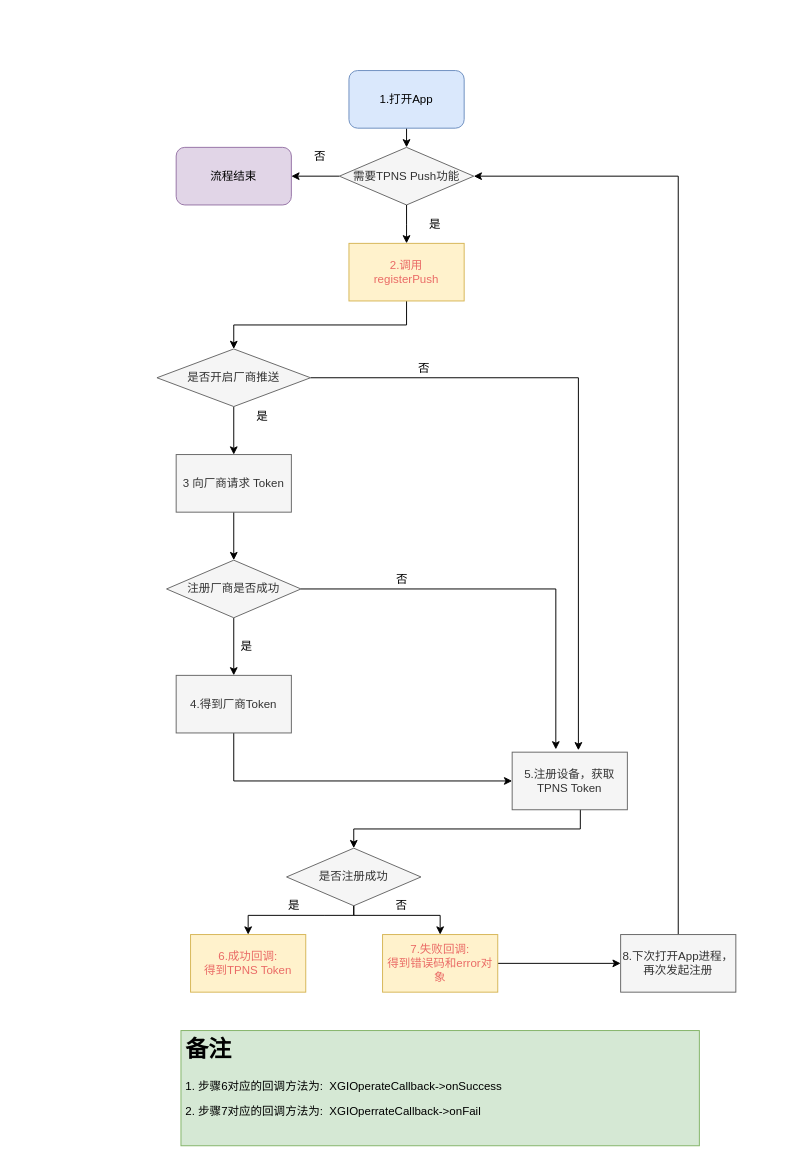
The draw.io diagram register_android.drawio in muyanbiao/tpnsFlowChart, before the edit. Source tidied: cells renumbered, new cells numbered last; positions are measured from the earlier drawing's top-left corner, leaving out a move shared by most shapes. Both pictures are drawn from the tidied source at 96%, with x=0, y=0 at pixel (156, 70).
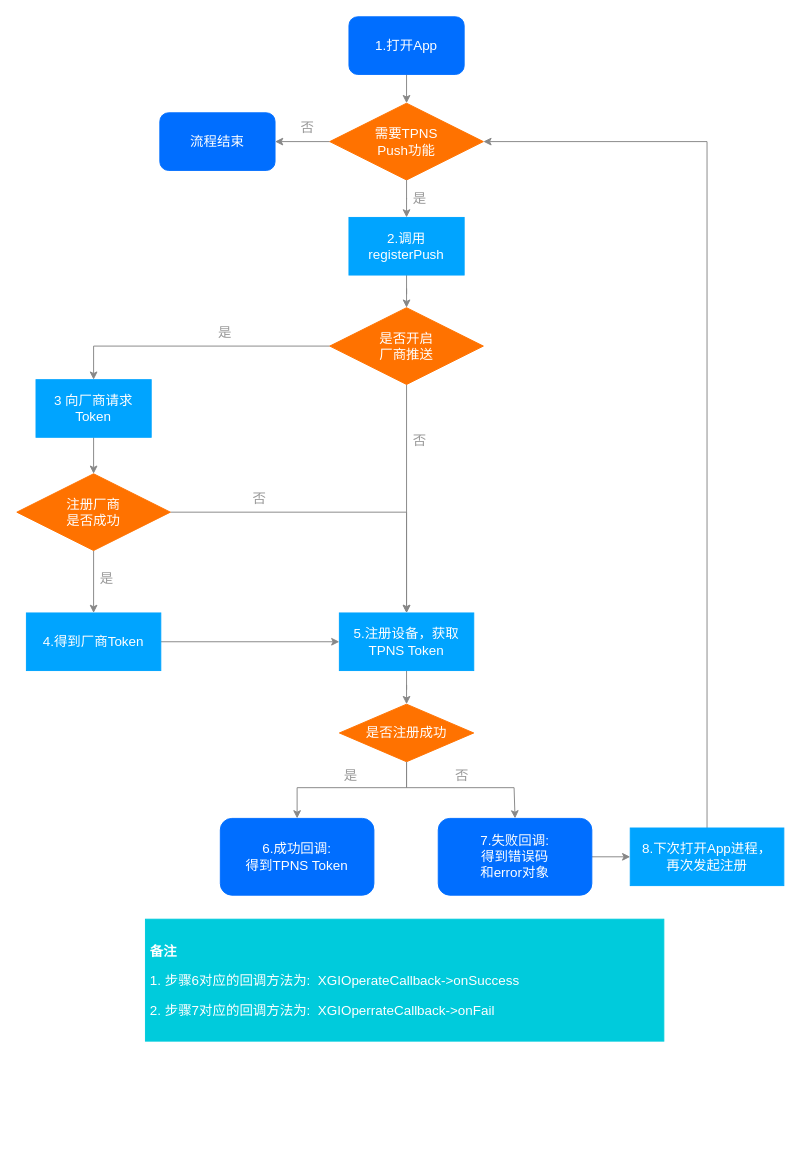
The same page after the edit.

Change to the diagram source:
```diff
@@
-    <mxCell id="2" style="endArrow=classic;html=1;exitX=0.5;exitY=1;exitDx=0;exitDy=0;entryX=0.5;entryY=0;entryDx=0;entryDy=0;" parent="1" edge="1" source="3">
-      <mxGeometry relative="1" as="geometry">
-        <mxPoint x="260" y="80" as="targetPoint" />
-      </mxGeometry>
+    <mxCell id="2" style="endArrow=classic;html=1;exitX=0.5;exitY=1;exitDx=0;exitDy=0;entryX=0.5;entryY=0;entryDx=0;entryDy=0;fontSize=14;strokeColor=#878787;" parent="1" edge="1" source="3" target="8">
+      <mxGeometry relative="1" as="geometry" />
     </mxCell>
-    <mxCell id="3" value="&lt;font face=&quot;helvetica&quot;&gt;1.打开App&lt;/font&gt;" style="rounded=1;whiteSpace=wrap;html=1;fillColor=#dae8fc;strokeColor=#6c8ebf;" parent="1" vertex="1">
-      <mxGeometry x="200" width="120" height="60" as="geometry" />
+    <mxCell id="3" value="&lt;font face=&quot;helvetica&quot; style=&quot;font-size: 14px;&quot;&gt;1.打开App&lt;/font&gt;" style="rounded=1;whiteSpace=wrap;html=1;fillColor=#006EFF;strokeColor=#006EFF;fontSize=14;fontColor=#FFFFFF;" parent="1" vertex="1">
+      <mxGeometry x="200" y="-56" width="120" height="60" as="geometry" />
     </mxCell>
-    <mxCell id="4" style="edgeStyle=orthogonalEdgeStyle;rounded=0;jettySize=auto;html=1;exitX=0.5;exitY=1;exitDx=0;exitDy=0;entryX=0.5;entryY=0;entryDx=0;entryDy=0;" parent="1" edge="1" source="5" target="12">
+    <mxCell id="4" style="edgeStyle=orthogonalEdgeStyle;rounded=0;jettySize=auto;html=1;strokeColor=#878787;fontSize=14;fontColor=#FFFFFF;" parent="1" edge="1" source="5" target="12">
       <mxGeometry relative="1" as="geometry" />
     </mxCell>
-    <mxCell id="5" value="&lt;font face=&quot;helvetica&quot;&gt;&lt;font color=&quot;#ea6b66&quot;&gt;2.调用&lt;br&gt;registerPush&lt;/font&gt;&lt;br&gt;&lt;/font&gt;" style="rounded=0;whiteSpace=wrap;html=1;fillColor=#fff2cc;strokeColor=#d6b656;" parent="1" vertex="1">
-      <mxGeometry x="200" y="180" width="120" height="60" as="geometry" />
+    <mxCell id="5" value="&lt;font face=&quot;helvetica&quot; style=&quot;font-size: 14px;&quot;&gt;&lt;font style=&quot;font-size: 14px;&quot;&gt;2.调用&lt;br style=&quot;font-size: 14px;&quot;&gt;registerPush&lt;/font&gt;&lt;br style=&quot;font-size: 14px;&quot;&gt;&lt;/font&gt;" style="rounded=0;whiteSpace=wrap;html=1;fontSize=14;fillColor=#00A4FF;strokeColor=#00A4FF;fontColor=#FFFFFF;" parent="1" vertex="1">
+      <mxGeometry x="200" y="153" width="120" height="60" as="geometry" />
     </mxCell>
-    <mxCell id="6" value="是" style="text;html=1;strokeColor=none;fillColor=none;align=center;verticalAlign=middle;whiteSpace=wrap;rounded=0;" parent="1" vertex="1">
-      <mxGeometry x="270" y="150" width="40" height="20" as="geometry" />
+    <mxCell id="6" value="是" style="text;html=1;strokeColor=none;fillColor=none;align=center;verticalAlign=middle;whiteSpace=wrap;rounded=0;fontSize=14;fontColor=#999999;" parent="1" vertex="1">
+      <mxGeometry x="262" y="121" width="24" height="24" as="geometry" />
     </mxCell>
-    <mxCell id="7" style="edgeStyle=orthogonalEdgeStyle;rounded=0;jettySize=auto;html=1;exitX=0;exitY=0.5;exitDx=0;exitDy=0;entryX=1;entryY=0.5;entryDx=0;entryDy=0;" parent="1" edge="1" source="8" target="24">
+    <mxCell id="7" style="edgeStyle=orthogonalEdgeStyle;rounded=0;jettySize=auto;html=1;exitX=0;exitY=0.5;exitDx=0;exitDy=0;entryX=1;entryY=0.5;entryDx=0;entryDy=0;fontSize=14;strokeColor=#878787;" parent="1" edge="1" source="8" target="24">
       <mxGeometry relative="1" as="geometry" />
     </mxCell>
-    <mxCell id="8" value="需要TPNS Push功能" style="rhombus;whiteSpace=wrap;html=1;fillColor=#f5f5f5;strokeColor=#666666;fontColor=#333333;" parent="1" vertex="1">
-      <mxGeometry x="190" y="80" width="140" height="60" as="geometry" />
+    <mxCell id="8" value="需要TPNS&lt;br&gt;Push功能" style="rhombus;whiteSpace=wrap;html=1;fontSize=14;fillColor=#FF7200;strokeColor=#FF7200;fontColor=#FFFFFF;" parent="1" vertex="1">
+      <mxGeometry x="180" y="34" width="160" height="80" as="geometry" />
     </mxCell>
-    <mxCell id="9" style="edgeStyle=orthogonalEdgeStyle;rounded=0;jettySize=auto;html=1;exitX=0.5;exitY=1;exitDx=0;exitDy=0;" parent="1" edge="1" source="8">
-      <mxGeometry relative="1" as="geometry">
-        <mxPoint x="260" y="180" as="targetPoint" />
-      </mxGeometry>
+    <mxCell id="9" style="edgeStyle=orthogonalEdgeStyle;rounded=0;jettySize=auto;html=1;exitX=0.5;exitY=1;exitDx=0;exitDy=0;fontSize=14;strokeColor=#878787;" parent="1" edge="1" source="8" target="5">
+      <mxGeometry relative="1" as="geometry" />
     </mxCell>
-    <mxCell id="10" style="edgeStyle=orthogonalEdgeStyle;rounded=0;jettySize=auto;html=1;entryX=0.5;entryY=0;entryDx=0;entryDy=0;" parent="1" edge="1" source="12" target="15">
+    <mxCell id="10" style="edgeStyle=orthogonalEdgeStyle;rounded=0;jettySize=auto;html=1;entryX=0.5;entryY=0;entryDx=0;entryDy=0;fontSize=14;strokeColor=#878787;" parent="1" edge="1" source="12" target="15">
       <mxGeometry relative="1" as="geometry" />
     </mxCell>
-    <mxCell id="11" style="edgeStyle=orthogonalEdgeStyle;rounded=0;jettySize=auto;html=1;exitX=1;exitY=0.5;exitDx=0;exitDy=0;entryX=0.575;entryY=-0.033;entryDx=0;entryDy=0;entryPerimeter=0;" parent="1" edge="1" source="12" target="36">
+    <mxCell id="11" style="edgeStyle=orthogonalEdgeStyle;rounded=0;jettySize=auto;html=1;strokeColor=#878787;fontSize=14;fontColor=#FFFFFF;" parent="1" edge="1" source="12" target="36">
       <mxGeometry relative="1" as="geometry" />
     </mxCell>
-    <mxCell id="12" value="是否开启厂商推送" style="rhombus;whiteSpace=wrap;html=1;fillColor=#f5f5f5;strokeColor=#666666;fontColor=#333333;" parent="1" vertex="1">
-      <mxGeometry y="290" width="160" height="60" as="geometry" />
+    <mxCell id="12" value="是否开启&lt;br&gt;厂商推送" style="rhombus;whiteSpace=wrap;html=1;fontSize=14;fillColor=#FF7200;strokeColor=#FF7200;fontColor=#FFFFFF;" parent="1" vertex="1">
+      <mxGeometry x="180" y="247" width="160" height="80" as="geometry" />
     </mxCell>
-    <mxCell id="13" value="是" style="text;html=1;strokeColor=none;fillColor=none;align=center;verticalAlign=middle;whiteSpace=wrap;rounded=0;" parent="1" vertex="1">
-      <mxGeometry x="90" y="350" width="40" height="20" as="geometry" />
+    <mxCell id="13" value="是" style="text;html=1;strokeColor=none;fillColor=none;align=center;verticalAlign=middle;whiteSpace=wrap;rounded=0;fontSize=14;fontColor=#999999;" parent="1" vertex="1">
+      <mxGeometry x="59" y="261" width="24" height="24" as="geometry" />
     </mxCell>
-    <mxCell id="14" style="edgeStyle=orthogonalEdgeStyle;rounded=0;jettySize=auto;html=1;exitX=0.5;exitY=1;exitDx=0;exitDy=0;entryX=0.5;entryY=0;entryDx=0;entryDy=0;" parent="1" edge="1" source="15" target="31">
+    <mxCell id="14" style="edgeStyle=orthogonalEdgeStyle;rounded=0;jettySize=auto;html=1;exitX=0.5;exitY=1;exitDx=0;exitDy=0;entryX=0.5;entryY=0;entryDx=0;entryDy=0;fontSize=14;strokeColor=#878787;" parent="1" edge="1" source="15" target="31">
       <mxGeometry relative="1" as="geometry" />
     </mxCell>
-    <mxCell id="15" value="3 向厂商请求 Token" style="rounded=0;whiteSpace=wrap;html=1;fillColor=#f5f5f5;strokeColor=#666666;fontColor=#333333;" parent="1" vertex="1">
-      <mxGeometry x="20" y="400" width="120" height="60" as="geometry" />
+    <mxCell id="15" value="3 向厂商请求 Token" style="rounded=0;whiteSpace=wrap;html=1;fontSize=14;fillColor=#00A4FF;strokeColor=#00A4FF;fontColor=#FFFFFF;" parent="1" vertex="1">
+      <mxGeometry x="-126" y="322" width="120" height="60" as="geometry" />
     </mxCell>
-    <mxCell id="16" style="edgeStyle=orthogonalEdgeStyle;rounded=0;jettySize=auto;html=1;exitX=0.592;exitY=0.983;exitDx=0;exitDy=0;entryX=0.5;entryY=0;entryDx=0;entryDy=0;exitPerimeter=0;" parent="1" edge="1" source="36" target="18">
-      <mxGeometry relative="1" as="geometry" />
-    </mxCell>
-    <mxCell id="17" style="edgeStyle=orthogonalEdgeStyle;rounded=0;jettySize=auto;html=1;exitX=0.5;exitY=1;exitDx=0;exitDy=0;entryX=0.5;entryY=0;entryDx=0;entryDy=0;" parent="1" edge="1" source="18" target="19">
+    <mxCell id="17" style="edgeStyle=orthogonalEdgeStyle;rounded=0;jettySize=auto;html=1;exitX=0.5;exitY=1;exitDx=0;exitDy=0;entryX=0.5;entryY=0;entryDx=0;entryDy=0;fontSize=14;strokeColor=#878787;" parent="1" edge="1" source="18" target="19">
       <mxGeometry relative="1" as="geometry">
         <Array as="points">
-          <mxPoint x="175" y="880" />
-          <mxPoint x="55" y="880" />
+          <mxPoint x="260" y="747" />
+          <mxPoint x="146" y="747" />
         </Array>
       </mxGeometry>
     </mxCell>
-    <mxCell id="18" value="是否注册成功" style="rhombus;whiteSpace=wrap;html=1;fillColor=#f5f5f5;strokeColor=#666666;fontColor=#333333;" parent="1" vertex="1">
-      <mxGeometry x="135" y="810" width="140" height="60" as="geometry" />
+    <mxCell id="18" value="是否注册成功" style="rhombus;whiteSpace=wrap;html=1;fontSize=14;fillColor=#FF7200;strokeColor=#FF7200;fontColor=#FFFFFF;" parent="1" vertex="1">
+      <mxGeometry x="190" y="660" width="140" height="60" as="geometry" />
     </mxCell>
-    <mxCell id="19" value="&lt;font color=&quot;#ea6b66&quot;&gt;6.成功回调: &lt;br&gt;得到TPNS Token&lt;/font&gt;" style="rounded=0;whiteSpace=wrap;html=1;fillColor=#fff2cc;strokeColor=#d6b656;" parent="1" vertex="1">
-      <mxGeometry x="35" y="900" width="120" height="60" as="geometry" />
+    <mxCell id="19" value="&lt;font style=&quot;font-size: 14px;&quot;&gt;6.成功回调: &lt;br style=&quot;font-size: 14px;&quot;&gt;得到TPNS Token&lt;/font&gt;" style="rounded=1;whiteSpace=wrap;html=1;fontSize=14;fillColor=#006EFF;strokeColor=#006EFF;fontColor=#FFFFFF;" parent="1" vertex="1">
+      <mxGeometry x="66" y="779" width="160" height="80" as="geometry" />
     </mxCell>
-    <mxCell id="20" style="edgeStyle=orthogonalEdgeStyle;rounded=0;jettySize=auto;html=1;exitX=1;exitY=0.5;exitDx=0;exitDy=0;entryX=0;entryY=0.5;entryDx=0;entryDy=0;" parent="1" edge="1" source="21" target="23">
+    <mxCell id="20" style="edgeStyle=orthogonalEdgeStyle;rounded=0;jettySize=auto;html=1;exitX=1;exitY=0.5;exitDx=0;exitDy=0;entryX=0;entryY=0.5;entryDx=0;entryDy=0;fontSize=14;strokeColor=#878787;" parent="1" edge="1" source="21" target="23">
       <mxGeometry relative="1" as="geometry" />
     </mxCell>
-    <mxCell id="21" value="&lt;font color=&quot;#ea6b66&quot;&gt;7.失败回调: &lt;br&gt;得到错误码和error对象&lt;/font&gt;" style="rounded=0;whiteSpace=wrap;html=1;fillColor=#fff2cc;strokeColor=#d6b656;" parent="1" vertex="1">
-      <mxGeometry x="235" y="900" width="120" height="60" as="geometry" />
+    <mxCell id="21" value="&lt;font style=&quot;font-size: 14px&quot;&gt;7.失败回调: &lt;br style=&quot;font-size: 14px&quot;&gt;得到错误码&lt;br&gt;和error对象&lt;/font&gt;" style="rounded=1;whiteSpace=wrap;html=1;fontSize=14;fillColor=#006EFF;strokeColor=#006EFF;fontColor=#FFFFFF;" parent="1" vertex="1">
+      <mxGeometry x="293" y="779" width="160" height="80" as="geometry" />
     </mxCell>
-    <mxCell id="22" style="edgeStyle=orthogonalEdgeStyle;rounded=0;jettySize=auto;html=1;exitX=0.5;exitY=0;exitDx=0;exitDy=0;entryX=1;entryY=0.5;entryDx=0;entryDy=0;" parent="1" edge="1" source="23" target="8">
+    <mxCell id="22" style="edgeStyle=orthogonalEdgeStyle;rounded=0;jettySize=auto;html=1;exitX=0.5;exitY=0;exitDx=0;exitDy=0;entryX=1;entryY=0.5;entryDx=0;entryDy=0;fontSize=14;strokeColor=#878787;" parent="1" edge="1" source="23" target="8">
       <mxGeometry relative="1" as="geometry" />
     </mxCell>
-    <mxCell id="23" value="8.下次打开App进程，再次发起注册" style="rounded=0;whiteSpace=wrap;html=1;fillColor=#f5f5f5;strokeColor=#666666;fontColor=#333333;" parent="1" vertex="1">
-      <mxGeometry x="483" y="900" width="120" height="60" as="geometry" />
+    <mxCell id="23" value="8.下次打开App进程，&lt;br&gt;再次发起注册" style="rounded=0;whiteSpace=wrap;html=1;fontSize=14;fillColor=#00A4FF;strokeColor=#00A4FF;fontColor=#FFFFFF;" parent="1" vertex="1">
+      <mxGeometry x="493" y="789" width="160" height="60" as="geometry" />
     </mxCell>
-    <mxCell id="24" value="&lt;font face=&quot;helvetica&quot;&gt;流程结束&lt;br&gt;&lt;/font&gt;" style="rounded=1;whiteSpace=wrap;html=1;fillColor=#e1d5e7;strokeColor=#9673a6;" parent="1" vertex="1">
-      <mxGeometry x="20" y="80" width="120" height="60" as="geometry" />
+    <mxCell id="24" value="&lt;font face=&quot;helvetica&quot; style=&quot;font-size: 14px;&quot;&gt;流程结束&lt;br style=&quot;font-size: 14px;&quot;&gt;&lt;/font&gt;" style="rounded=1;whiteSpace=wrap;html=1;fillColor=#006EFF;strokeColor=#006EFF;fontSize=14;fontColor=#FFFFFF;" parent="1" vertex="1">
+      <mxGeometry x="3" y="44" width="120" height="60" as="geometry" />
     </mxCell>
-    <mxCell id="25" value="否" style="text;html=1;strokeColor=none;fillColor=none;align=center;verticalAlign=middle;whiteSpace=wrap;rounded=0;" parent="1" vertex="1">
-      <mxGeometry x="150" y="80" width="40" height="20" as="geometry" />
+    <mxCell id="25" value="否" style="text;html=1;strokeColor=none;fillColor=none;align=center;verticalAlign=middle;whiteSpace=wrap;rounded=0;fontSize=14;fontColor=#999999;" parent="1" vertex="1">
+      <mxGeometry x="145" y="47" width="24" height="24" as="geometry" />
     </mxCell>
-    <mxCell id="26" value="是" style="text;html=1;strokeColor=none;fillColor=none;align=center;verticalAlign=middle;whiteSpace=wrap;rounded=0;" parent="1" vertex="1">
-      <mxGeometry x="123" y="860" width="40" height="20" as="geometry" />
+    <mxCell id="26" value="是" style="text;html=1;strokeColor=none;fillColor=none;align=center;verticalAlign=middle;whiteSpace=wrap;rounded=0;fontSize=14;fontColor=#999999;" parent="1" vertex="1">
+      <mxGeometry x="190" y="722" width="24" height="24" as="geometry" />
     </mxCell>
-    <mxCell id="27" style="edgeStyle=orthogonalEdgeStyle;rounded=0;jettySize=auto;html=1;entryX=0.5;entryY=0;entryDx=0;entryDy=0;exitX=0.5;exitY=1;exitDx=0;exitDy=0;" parent="1" edge="1" source="18" target="21">
+    <mxCell id="27" style="edgeStyle=orthogonalEdgeStyle;rounded=0;jettySize=auto;html=1;entryX=0.5;entryY=0;entryDx=0;entryDy=0;exitX=0.5;exitY=1;exitDx=0;exitDy=0;fontSize=14;strokeColor=#878787;" parent="1" edge="1" source="18" target="21">
       <mxGeometry relative="1" as="geometry">
         <Array as="points">
-          <mxPoint x="205" y="880" />
-          <mxPoint x="295" y="880" />
+          <mxPoint x="260" y="747" />
+          <mxPoint x="372" y="747" />
         </Array>
       </mxGeometry>
     </mxCell>
-    <mxCell id="28" value="否" style="text;html=1;strokeColor=none;fillColor=none;align=center;verticalAlign=middle;whiteSpace=wrap;rounded=0;" parent="1" vertex="1">
-      <mxGeometry x="235" y="860" width="40" height="20" as="geometry" />
+    <mxCell id="28" value="否" style="text;html=1;strokeColor=none;fillColor=none;align=center;verticalAlign=middle;whiteSpace=wrap;rounded=0;fontSize=14;fontColor=#999999;" parent="1" vertex="1">
+      <mxGeometry x="306" y="722" width="24" height="24" as="geometry" />
     </mxCell>
-    <mxCell id="29" style="edgeStyle=orthogonalEdgeStyle;rounded=0;jettySize=auto;html=1;exitX=0.5;exitY=1;exitDx=0;exitDy=0;" parent="1" edge="1" source="31" target="33">
+    <mxCell id="29" style="edgeStyle=orthogonalEdgeStyle;rounded=0;jettySize=auto;html=1;exitX=0.5;exitY=1;exitDx=0;exitDy=0;fontSize=14;strokeColor=#878787;" parent="1" edge="1" source="31" target="33">
       <mxGeometry relative="1" as="geometry" />
     </mxCell>
-    <mxCell id="30" style="edgeStyle=orthogonalEdgeStyle;rounded=0;jettySize=auto;html=1;exitX=1;exitY=0.5;exitDx=0;exitDy=0;entryX=0.379;entryY=-0.048;entryDx=0;entryDy=0;entryPerimeter=0;" parent="1" edge="1" source="31" target="36">
+    <mxCell id="30" style="edgeStyle=orthogonalEdgeStyle;rounded=0;jettySize=auto;html=1;entryX=0.5;entryY=0;entryDx=0;entryDy=0;strokeColor=#878787;fontSize=14;fontColor=#FFFFFF;" parent="1" edge="1" source="31" target="36">
       <mxGeometry relative="1" as="geometry" />
     </mxCell>
-    <mxCell id="31" value="注册厂商是否成功" style="rhombus;whiteSpace=wrap;html=1;fillColor=#f5f5f5;strokeColor=#666666;fontColor=#333333;" parent="1" vertex="1">
-      <mxGeometry x="10" y="510" width="140" height="60" as="geometry" />
+    <mxCell id="31" value="注册厂商&lt;br&gt;是否成功" style="rhombus;whiteSpace=wrap;html=1;fontSize=14;fillColor=#FF7200;strokeColor=#FF7200;fontColor=#FFFFFF;" parent="1" vertex="1">
+      <mxGeometry x="-146" y="420" width="160" height="80" as="geometry" />
     </mxCell>
-    <mxCell id="32" style="edgeStyle=orthogonalEdgeStyle;rounded=0;jettySize=auto;html=1;exitX=0.5;exitY=1;exitDx=0;exitDy=0;entryX=0;entryY=0.5;entryDx=0;entryDy=0;" parent="1" edge="1" source="33" target="36">
+    <mxCell id="32" style="edgeStyle=orthogonalEdgeStyle;rounded=0;jettySize=auto;html=1;entryX=0;entryY=0.5;entryDx=0;entryDy=0;strokeColor=#878787;fontSize=14;fontColor=#FFFFFF;" parent="1" edge="1" source="33" target="36">
       <mxGeometry relative="1" as="geometry">
         <Array as="points">
-          <mxPoint x="80" y="740" />
+          <mxPoint x="190" y="595" />
         </Array>
       </mxGeometry>
     </mxCell>
-    <mxCell id="33" value="4.得到厂商Token" style="rounded=0;whiteSpace=wrap;html=1;fillColor=#f5f5f5;strokeColor=#666666;fontColor=#333333;" parent="1" vertex="1">
-      <mxGeometry x="20" y="630" width="120" height="60" as="geometry" />
+    <mxCell id="33" value="4.得到厂商Token" style="rounded=0;whiteSpace=wrap;html=1;fontSize=14;fillColor=#00A4FF;strokeColor=#00A4FF;fontColor=#FFFFFF;" parent="1" vertex="1">
+      <mxGeometry x="-136" y="565" width="140" height="60" as="geometry" />
     </mxCell>
-    <mxCell id="34" value="否" style="text;html=1;align=center;verticalAlign=middle;" parent="1" vertex="1">
-      <mxGeometry x="263" y="300" width="30" height="20" as="geometry" />
-    </mxCell>
+    <mxCell id="16" style="edgeStyle=orthogonalEdgeStyle;rounded=0;jettySize=auto;html=1;strokeColor=#878787;fontSize=14;fontColor=#FFFFFF;" parent="1" edge="1" source="36" target="18">
+      <mxGeometry relative="1" as="geometry" />
+    </mxCell>
+    <mxCell id="36" value="5.注册设备，获取TPNS Token" style="rounded=0;whiteSpace=wrap;html=1;fontSize=14;fillColor=#00A4FF;strokeColor=#00A4FF;fontColor=#FFFFFF;" parent="1" vertex="1">
+      <mxGeometry x="190" y="565" width="140" height="60" as="geometry" />
+    </mxCell>
+    <mxCell id="38" value="&lt;h1 style=&quot;font-size: 14px&quot;&gt;&lt;br&gt;&lt;/h1&gt;&lt;h1 style=&quot;font-size: 14px&quot;&gt;备注&lt;/h1&gt;&lt;p style=&quot;font-family: &amp;quot;helvetica&amp;quot; ; font-size: 14px&quot;&gt;1. 步骤6对应的回调方法为:&amp;nbsp;&amp;nbsp;XGIOperateCallback-&amp;gt;onSuccess&lt;/p&gt;&lt;p style=&quot;font-family: &amp;quot;helvetica&amp;quot; ; font-size: 14px&quot;&gt;2. 步骤7对应的回调方法为:&amp;nbsp; XGIOperrateCallback-&amp;gt;onFail&lt;/p&gt;&lt;p style=&quot;font-size: 14px&quot;&gt;&lt;br style=&quot;font-size: 14px&quot;&gt;&lt;/p&gt;" style="text;html=1;spacing=5;spacingTop=-20;whiteSpace=wrap;overflow=hidden;rounded=0;fontSize=14;fillColor=#00CBDC;strokeColor=#00CBDC;fontColor=#FFFFFF;" parent="1" vertex="1">
+      <mxGeometry x="-12" y="884" width="540" height="127" as="geometry" />
+    </mxCell>
-    <mxCell id="35" value="是" style="text;html=1;align=center;verticalAlign=middle;" parent="1" vertex="1">
-      <mxGeometry x="78" y="590" width="30" height="20" as="geometry" />
+    <mxCell id="35" value="是" style="text;html=1;strokeColor=none;fillColor=none;align=center;verticalAlign=middle;whiteSpace=wrap;rounded=0;fontSize=14;fontColor=#999999;" parent="1" vertex="1">
+      <mxGeometry x="-64" y="517" width="24" height="24" as="geometry" />
     </mxCell>
-    <mxCell id="36" value="5.注册设备，获取TPNS Token" style="rounded=0;whiteSpace=wrap;html=1;fillColor=#f5f5f5;strokeColor=#666666;fontColor=#333333;" parent="1" vertex="1">
-      <mxGeometry x="370" y="710" width="120" height="60" as="geometry" />
-    </mxCell>
-    <mxCell id="37" value="否" style="text;html=1;align=center;verticalAlign=middle;" parent="1" vertex="1">
-      <mxGeometry x="240" y="520" width="30" height="20" as="geometry" />
-    </mxCell>
-    <mxCell id="38" value="&lt;h1&gt;备注&lt;/h1&gt;&lt;p style=&quot;font-family: &amp;#34;helvetica&amp;#34;&quot;&gt;1. 步骤6对应的回调方法为:&amp;nbsp;&amp;nbsp;XGIOperateCallback-&amp;gt;onSuccess&lt;/p&gt;&lt;p style=&quot;font-family: &amp;#34;helvetica&amp;#34;&quot;&gt;2. 步骤7对应的回调方法为:&amp;nbsp; XGIOperrateCallback-&amp;gt;onFail&lt;/p&gt;&lt;p&gt;&lt;br&gt;&lt;/p&gt;" style="text;html=1;strokeColor=#82b366;fillColor=#d5e8d4;spacing=5;spacingTop=-20;whiteSpace=wrap;overflow=hidden;rounded=0;" parent="1" vertex="1">
-      <mxGeometry x="25" y="1000" width="540" height="120" as="geometry" />
-    </mxCell>
+    <mxCell id="39" value="否" style="text;html=1;strokeColor=none;fillColor=none;align=center;verticalAlign=middle;whiteSpace=wrap;rounded=0;fontSize=14;fontColor=#999999;" parent="1" vertex="1">
+      <mxGeometry x="95" y="434" width="24" height="24" as="geometry" />
+    </mxCell>
+    <mxCell id="40" value="否" style="text;html=1;strokeColor=none;fillColor=none;align=center;verticalAlign=middle;whiteSpace=wrap;rounded=0;fontSize=14;fontColor=#999999;" parent="1" vertex="1">
+      <mxGeometry x="262" y="374" width="24" height="24" as="geometry" />
+    </mxCell>
```
